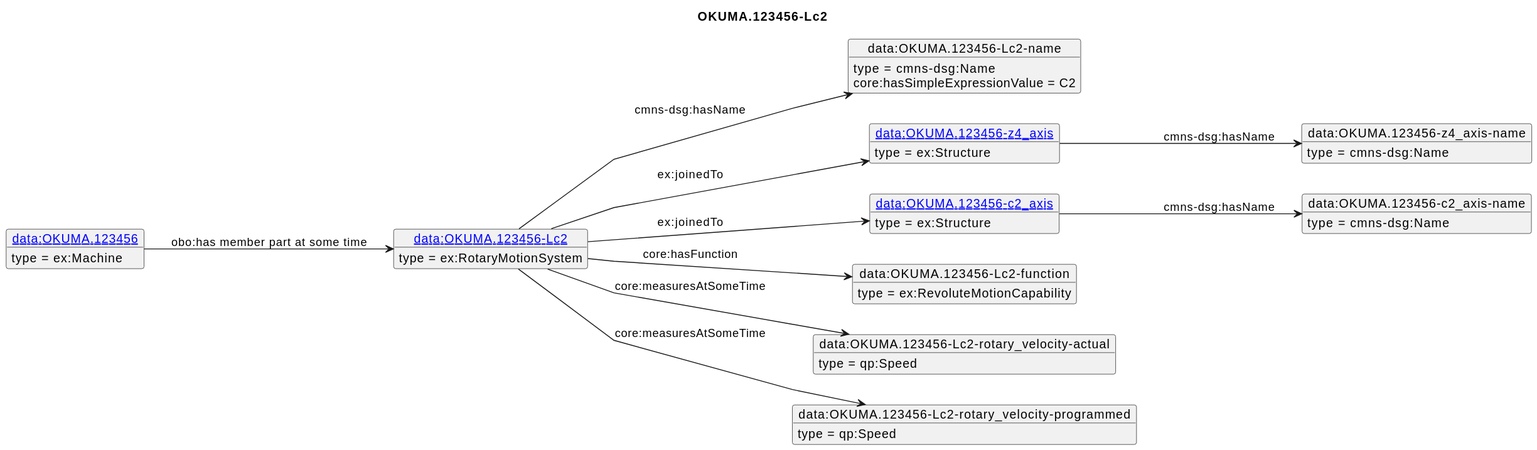
Earlier version of the PlantUML export diagrams/OKUMA.123456-Lc2.svg (iofoundry/example-syseng-mtconnect). Its diagram source:
```plantuml
@startuml
skinparam linetype polyline
left to right direction
title OKUMA.123456-Lc2
object "[[./OKUMA.123456-Lc2.html data:OKUMA.123456-Lc2]]" as o1 {
 type = ex:RotaryMotionSystem
 }
object "data:OKUMA.123456-Lc2-name" as o2 {
 type = cmns-dsg:Name
 }
object "[[./OKUMA.123456-z4_axis.html data:OKUMA.123456-z4_axis]]" as o3 {
 type = ex:Structure
 }
object "data:OKUMA.123456-z4_axis-name" as o4 {
 type = cmns-dsg:Name
 }
object "[[./OKUMA.123456-c2_axis.html data:OKUMA.123456-c2_axis]]" as o5 {
 type = ex:Structure
 }
object "data:OKUMA.123456-c2_axis-name" as o6 {
 type = cmns-dsg:Name
 }
object "data:OKUMA.123456-Lc2-function" as o7 {
 type = ex:RevoluteMotionCapability
 }
object "data:OKUMA.123456-Lc2-rotary_velocity-actual" as o8 {
 type = qp:Speed
 }
object "data:OKUMA.123456-Lc2-rotary_velocity-programmed" as o9 {
 type = qp:Speed
 }
object "[[./OKUMA.123456.html data:OKUMA.123456]]" as o10 {
 type = ex:Machine
 }
o1 --> o2 : cmns-dsg:hasName
o2 : core:hasSimpleExpressionValue = C2
o1 --> o3 : ex:joinedTo
o3 --> o4 : cmns-dsg:hasName
o1 --> o5 : ex:joinedTo
o5 --> o6 : cmns-dsg:hasName
o1 --> o7 : core:hasFunction
o1 --> o8 : core:measuresAtSomeTime
o1 --> o9 : core:measuresAtSomeTime
o10 --> o1 : obo:has member part at some time
@enduml
```
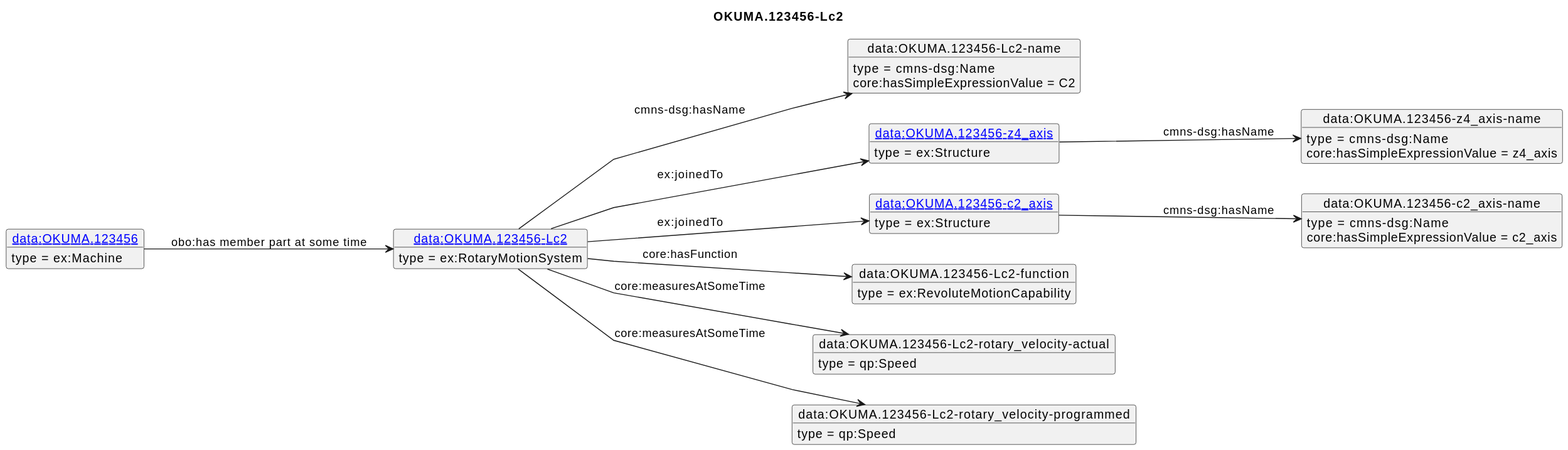
Later version of the same file.

What changed in the source:
```diff
@@ -36,8 +36,10 @@
 o2 : core:hasSimpleExpressionValue = C2
 o1 --> o3 : ex:joinedTo
 o3 --> o4 : cmns-dsg:hasName
+o4 : core:hasSimpleExpressionValue = z4_axis
 o1 --> o5 : ex:joinedTo
 o5 --> o6 : cmns-dsg:hasName
+o6 : core:hasSimpleExpressionValue = c2_axis
 o1 --> o7 : core:hasFunction
 o1 --> o8 : core:measuresAtSomeTime
 o1 --> o9 : core:measuresAtSomeTime
```
